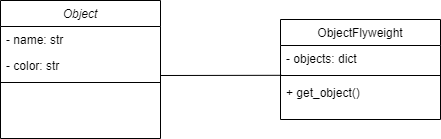
LuanaMartinsDutra/MPS-ATIV007 keeps this draw.io diagram as Flyweight/Diagrama de classes.png. Above is the earlier version. Source tidied: cells renumbered, new cells last; positions are measured from the earlier drawing's top-left corner, leaving out a move shared by most shapes. The source it was exported from:
```xml
<mxGraphModel>
  <root>
    <mxCell id="0" />
    <mxCell id="1" parent="0" />
    <mxCell id="2" value="Object" style="swimlane;fontStyle=2;align=center;verticalAlign=top;horizontal=1;startSize=26;rounded=0;shadow=0;strokeWidth=1;" parent="1" vertex="1">
      <mxGeometry width="160" height="138" as="geometry" />
    </mxCell>
    <mxCell id="3" value="- name: str" style="text;align=left;verticalAlign=top;spacingLeft=4;spacingRight=4;overflow=hidden;" parent="2" vertex="1">
      <mxGeometry y="26" width="160" height="26" as="geometry" />
    </mxCell>
    <mxCell id="4" value="- color: str" style="text;align=left;verticalAlign=top;spacingLeft=4;spacingRight=4;overflow=hidden;rounded=0;shadow=0;html=0;" parent="2" vertex="1">
      <mxGeometry y="52" width="160" height="26" as="geometry" />
    </mxCell>
    <mxCell id="5" style="line;html=1;strokeWidth=1;align=left;verticalAlign=middle;spacingTop=-1;spacingLeft=3;spacingRight=3;labelPosition=right;" parent="2" vertex="1">
      <mxGeometry y="78" width="160" height="8" as="geometry" />
    </mxCell>
    <mxCell id="6" value="ObjectFlyweight  " style="swimlane;fontStyle=0;align=center;verticalAlign=top;horizontal=1;startSize=26;rounded=0;shadow=0;strokeWidth=1;" parent="1" vertex="1">
      <mxGeometry x="280" y="19" width="160" height="100" as="geometry" />
    </mxCell>
    <mxCell id="7" value="- objects: dict" style="text;align=left;verticalAlign=top;spacingLeft=4;spacingRight=4;overflow=hidden;points=[[0,0.5],[1,0.5]];portConstraint=eastwest;" parent="6" vertex="1">
      <mxGeometry y="26" width="160" height="26" as="geometry" />
    </mxCell>
    <mxCell id="8" style="line;html=1;strokeWidth=1;align=left;verticalAlign=middle;spacingTop=-1;spacingLeft=3;spacingRight=3;labelPosition=right;" parent="6" vertex="1">
      <mxGeometry y="52" width="160" height="8" as="geometry" />
    </mxCell>
    <mxCell id="9" value="+ get_object()" style="text;align=left;verticalAlign=top;spacingLeft=4;spacingRight=4;overflow=hidden;" parent="6" vertex="1">
      <mxGeometry y="60" width="160" height="26" as="geometry" />
    </mxCell>
    <mxCell id="10" style="endArrow=none;html=1;rounded=0;entryX=0.008;entryY=1.146;entryDx=0;entryDy=0;entryPerimeter=0;" parent="1" edge="1" target="7">
      <mxGeometry relative="1" as="geometry">
        <mxPoint x="160" y="75" as="sourcePoint" />
      </mxGeometry>
    </mxCell>
  </root>
</mxGraphModel>
```
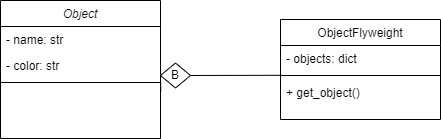
Above is the later version.

What changed in the source:
```diff
@@ -26,10 +26,16 @@
     <mxCell id="9" value="+ get_object()" style="text;align=left;verticalAlign=top;spacingLeft=4;spacingRight=4;overflow=hidden;" parent="6" vertex="1">
       <mxGeometry y="60" width="160" height="26" as="geometry" />
     </mxCell>
-    <mxCell id="10" style="endArrow=none;html=1;rounded=0;entryX=0.008;entryY=1.146;entryDx=0;entryDy=0;entryPerimeter=0;" parent="1" edge="1" target="7">
-      <mxGeometry relative="1" as="geometry">
-        <mxPoint x="160" y="75" as="sourcePoint" />
-      </mxGeometry>
+    <mxCell id="10" style="endArrow=none;html=1;rounded=0;entryX=0.008;entryY=1.146;entryDx=0;entryDy=0;entryPerimeter=0;startArrow=none;" parent="1" edge="1" source="12" target="7">
+      <mxGeometry relative="1" as="geometry" />
     </mxCell>
+    <mxCell id="11" style="endArrow=none;html=1;rounded=0;entryX=0.008;entryY=1.146;entryDx=0;entryDy=0;entryPerimeter=0;" parent="1" edge="1" target="12">
+      <mxGeometry relative="1" as="geometry">
+        <mxPoint x="160" y="75" as="sourcePoint" />
+      </mxGeometry>
+    </mxCell>
+    <mxCell id="12" value="B" style="rhombus;whiteSpace=wrap;html=1;shadow=0;" parent="1" vertex="1">
+      <mxGeometry x="160" y="62.5" width="30" height="25" as="geometry" />
+    </mxCell>
   </root>
 </mxGraphModel>
```
